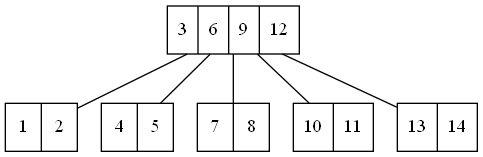
Earlier version of the Graphviz export Cliente/src/assets/arboles/usuarios.png (RojasCJP/EDD_VirtualMall_201900289). Its source is kept beside it as Cliente/src/assets/graphviz/usuarios.dot.
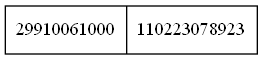
The same diagram one commit later.

What changed in the source:
```diff
@@ -1,14 +1,5 @@
 graph g {
 node [shape="record"];
-graph [rankdir="BT"];"36912" [label="3|6|9|12"];
-"12" [label="1|2"];
-"45" [label="4|5"];
-"78" [label="7|8"];
-"1011" [label="10|11"];
-"1314" [label="13|14"];
-"12"--"36912";
-"45"--"36912";
-"78"--"36912";
-"1011"--"36912";
-"1314"--"36912";
+graph [rankdir="BT"];"29910061000110223078923" [label="x%!(EXTRA [32]uint8=[6 124 2 221 40 97 228 123 79 245 182 115 122 239 128 251 88 72 220 197 218 196 111 204 65 138 78 148 150 179 57 238])|x%!(EXTRA [32]uint8=[180 96 177 152 33 136 241 29 23 95 96 237 103 0 39 225 175 221 22 85 137 25 254 71 2 62 205 56 50 158 11 127])"];
+"29910061000110223078923" [label="29910061000|110223078923"];
 }
```
